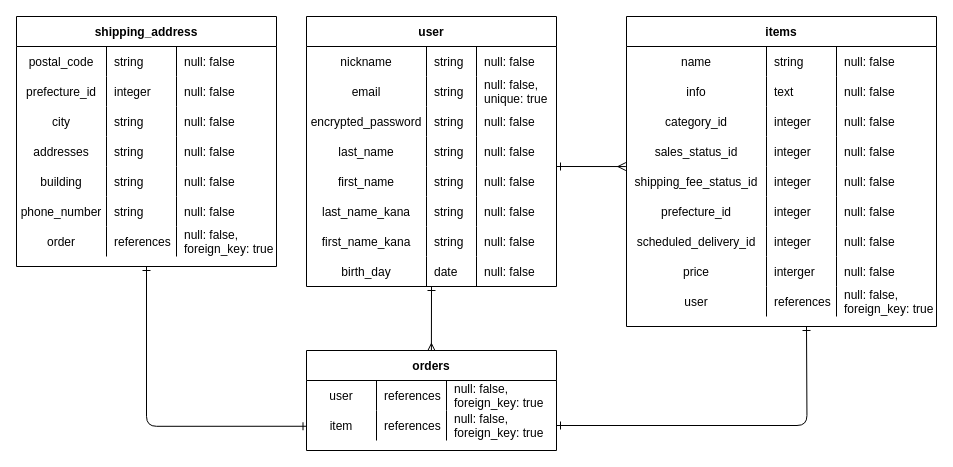
mijinko-j/furima-37463 keeps this draw.io diagram as er.dio. Above is the earlier version. Source tidied: cells renumbered, new cells numbered last; positions are measured from the earlier drawing's top-left corner, leaving out a move shared by most shapes. Both pictures are drawn from the tidied source at 100%, with x=0, y=0 at pixel (16, 16).
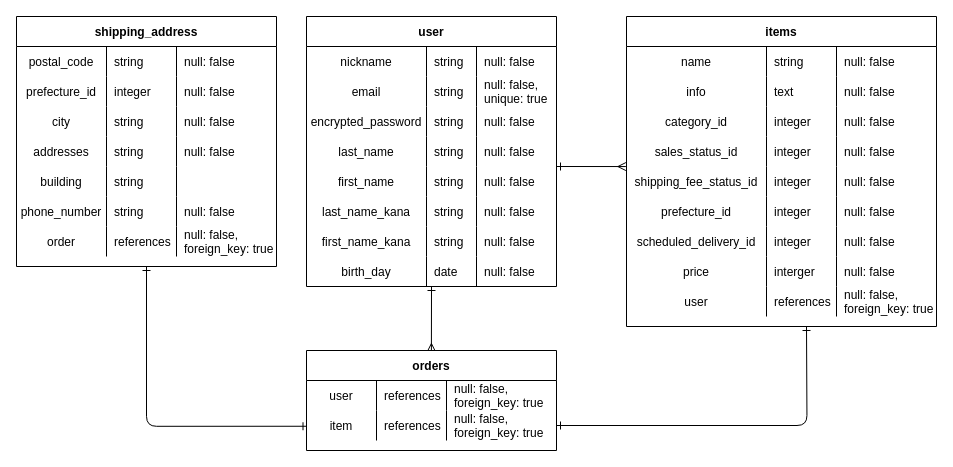
The same diagram, later.

Commit message (it also covers changes not shown here):
ER図・README修正v2

Unchanged cells that the change refers to:
```xml
<mxCell id="101" style="shape=partialRectangle;fillColor=none;top=0;left=0;bottom=0;right=0;labelBorderColor=none;" parent="84" vertex="1">
  <mxGeometry y="150" width="260" height="30" as="geometry" />
</mxCell>
```

The edit, as a diff of the source:
```diff
@@
-    <mxCell id="104" value="null: false" style="shape=partialRectangle;fillColor=none;top=0;left=0;bottom=0;right=0;align=left;spacingLeft=6;overflow=hidden;labelBorderColor=none;" parent="101" vertex="1">
+    <mxCell id="104" style="shape=partialRectangle;fillColor=none;top=0;left=0;bottom=0;right=0;align=left;spacingLeft=6;overflow=hidden;labelBorderColor=none;" parent="101" vertex="1">
       <mxGeometry x="160" width="100" height="30" as="geometry" />
     </mxCell>
```
